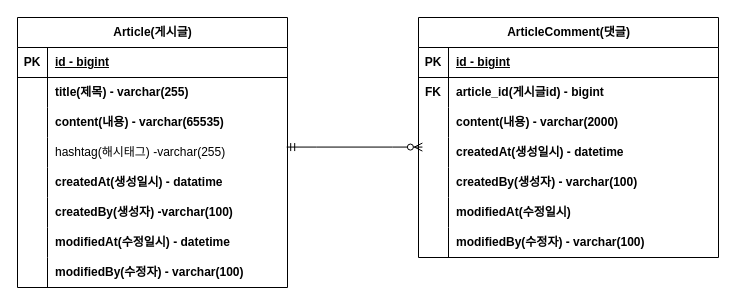
The draw.io diagram document/board-erd.drawio in SSoyoo/ssoyoo-project-board, before the edit. Source tidied: cells renumbered, new cells numbered last; positions are measured from the earlier drawing's top-left corner, leaving out a move shared by most shapes. Both pictures are drawn from the tidied source at 100%, with x=0, y=0 at pixel (17, 17).
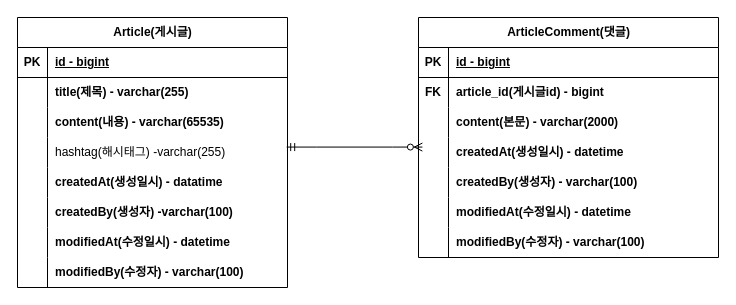
The same diagram, later.

The change refers to these unchanged cells:
```xml
<mxCell id="34" style="shape=tableRow;horizontal=0;startSize=0;swimlaneHead=0;swimlaneBody=0;fillColor=none;top=0;left=0;right=0;bottom=0;" parent="27" vertex="1">
  <mxGeometry y="90" width="300" height="30" as="geometry" />
</mxCell>
<mxCell id="43" style="shape=tableRow;horizontal=0;startSize=0;swimlaneHead=0;swimlaneBody=0;fillColor=none;top=0;left=0;right=0;bottom=0;" parent="27" vertex="1">
  <mxGeometry y="180" width="300" height="30" as="geometry" />
</mxCell>
```

The edit, as a diff of the source:
```diff
@@
-    <mxCell id="36" value="content(내용) - varchar(2000)" style="shape=partialRectangle;fillColor=none;top=0;left=0;bottom=0;right=0;align=left;spacingLeft=6;overflow=hidden;whiteSpace=wrap;html=1;fontStyle=1;" parent="34" vertex="1">
+    <mxCell id="36" value="content(본문) - varchar(2000)" style="shape=partialRectangle;fillColor=none;top=0;left=0;bottom=0;right=0;align=left;spacingLeft=6;overflow=hidden;whiteSpace=wrap;html=1;fontStyle=1;" parent="34" vertex="1">
       <mxGeometry x="30" width="270" height="30" as="geometry" />
     </mxCell>
@@
-    <mxCell id="45" value="modifiedAt(수정일시)" style="shape=partialRectangle;fillColor=none;top=0;left=0;bottom=0;right=0;align=left;spacingLeft=6;overflow=hidden;whiteSpace=wrap;html=1;fontStyle=1;" parent="43" vertex="1">
+    <mxCell id="45" value="modifiedAt(수정일시) - datetime" style="shape=partialRectangle;fillColor=none;top=0;left=0;bottom=0;right=0;align=left;spacingLeft=6;overflow=hidden;whiteSpace=wrap;html=1;fontStyle=1;" parent="43" vertex="1">
       <mxGeometry x="30" width="270" height="30" as="geometry" />
     </mxCell>
```
